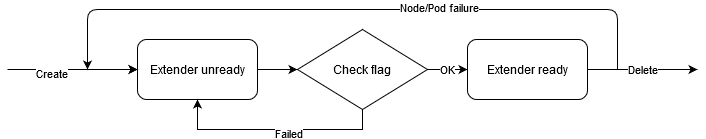
Above: docs/proposals/images/extender_flow.png in dell/csi-baremetal (draw.io), before the change. Source tidied: cells renumbered, new cells last; positions are measured from the earlier drawing's top-left corner, leaving out a move shared by most shapes.
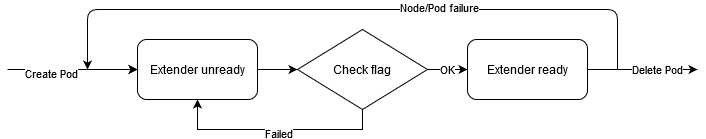
Above is the later version.

The edit, as a diff of the source:
```diff
@@ -13,7 +13,7 @@
     </mxCell>
     <mxCell id="5" value="Failed" style="edgeLabel;html=1;align=center;verticalAlign=middle;" parent="4" vertex="1">
       <mxGeometry x="-0.28" y="3" relative="1" as="geometry">
-        <mxPoint x="-18" as="offset" />
+        <mxPoint x="-28" as="offset" />
       </mxGeometry>
     </mxCell>
     <mxCell id="6" value="OK" style="edgeStyle=orthogonalEdgeStyle;rounded=0;jettySize=auto;html=1;exitX=1;exitY=0.5;exitDx=0;exitDy=0;" parent="1" edge="1" source="7" target="9">
@@ -27,12 +27,12 @@
     <mxCell id="7" value="Check flag" style="rhombus;whiteSpace=wrap;html=1;" parent="1" vertex="1">
       <mxGeometry x="290" y="20" width="130" height="80" as="geometry" />
     </mxCell>
-    <mxCell id="8" value="Delete" style="edgeStyle=orthogonalEdgeStyle;rounded=0;jettySize=auto;html=1;exitX=1;exitY=0.5;exitDx=0;exitDy=0;" parent="1" edge="1" source="9">
-      <mxGeometry relative="1" as="geometry">
+    <mxCell id="8" value="Delete Pod" style="edgeStyle=orthogonalEdgeStyle;rounded=0;jettySize=auto;html=1;exitX=1;exitY=0.5;exitDx=0;exitDy=0;" parent="1" edge="1" source="9">
+      <mxGeometry x="0.27" relative="1" as="geometry">
         <mxPoint x="690" y="60" as="targetPoint" />
         <Array as="points">
-          <mxPoint x="630" y="60" />
-          <mxPoint x="630" y="60" />
+          <mxPoint x="650" y="60" />
+          <mxPoint x="650" y="60" />
         </Array>
       </mxGeometry>
     </mxCell>
@@ -49,7 +49,7 @@
         <mxPoint y="60" as="sourcePoint" />
       </mxGeometry>
     </mxCell>
-    <mxCell id="12" value="Create" style="edgeLabel;html=1;align=center;verticalAlign=middle;" parent="11" vertex="1">
+    <mxCell id="12" value="Create Pod" style="edgeLabel;html=1;align=center;verticalAlign=middle;" parent="11" vertex="1">
       <mxGeometry x="-0.34" y="-3" relative="1" as="geometry" />
     </mxCell>
     <mxCell id="13" style="endArrow=classic;html=1;edgeStyle=orthogonalEdgeStyle;" parent="1" edge="1">
```
